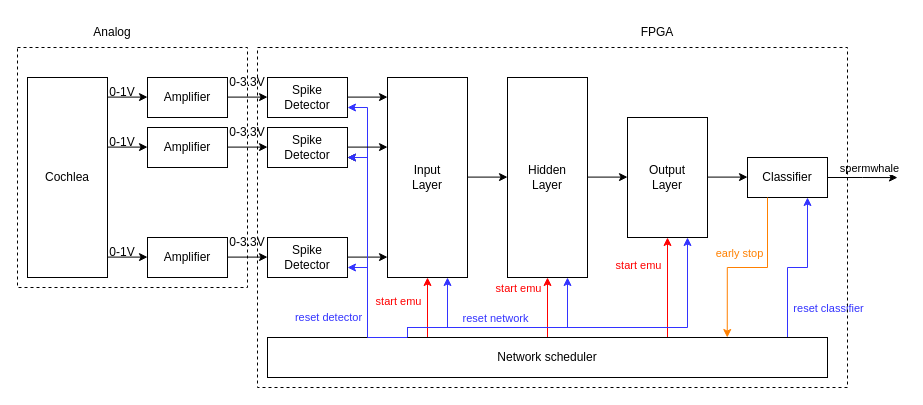
AurelieSa/draw_io keeps this draw.io diagram as ulp_pipeline.drawio. Above is the earlier version. Source tidied: cells renumbered, new cells numbered last; positions are measured from the earlier drawing's top-left corner, leaving out a move shared by most shapes. Both pictures are drawn from the tidied source at 100%, with x=0, y=0 at pixel (17, 17).
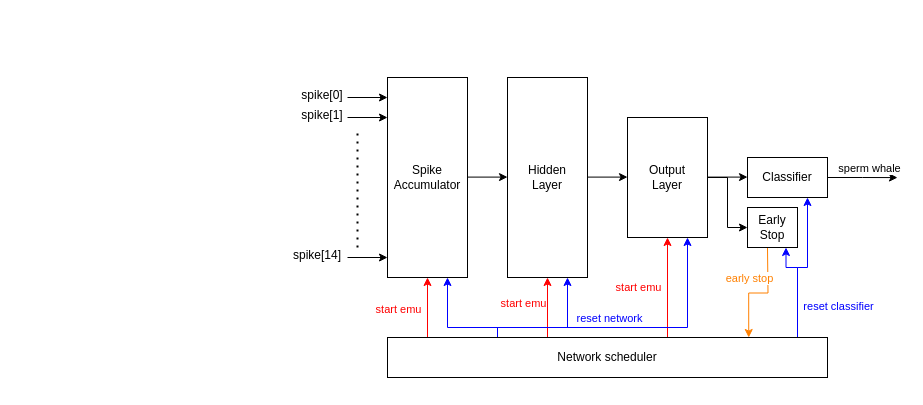
Above is the later version.

Unchanged cells that the change refers to:
```xml
<mxCell id="7" value="&lt;div&gt;Hidden&lt;/div&gt;&lt;div&gt;Layer&lt;/div&gt;" style="rounded=0;whiteSpace=wrap;html=1;" parent="1" vertex="1">
  <mxGeometry x="490" y="60" width="80" height="200" as="geometry" />
</mxCell>
<mxCell id="8" value="&lt;div&gt;Output&lt;/div&gt;&lt;div&gt;Layer&lt;/div&gt;" style="rounded=0;whiteSpace=wrap;html=1;" parent="1" vertex="1">
  <mxGeometry x="610" y="100" width="80" height="120" as="geometry" />
</mxCell>
<mxCell id="9" style="edgeStyle=orthogonalEdgeStyle;rounded=0;jettySize=auto;html=1;exitX=1;exitY=0.5;exitDx=0;exitDy=0;" parent="1" edge="1" source="11">
  <mxGeometry relative="1" as="geometry">
    <mxPoint x="880" y="160.1" as="targetPoint" />
  </mxGeometry>
</mxCell>
<mxCell id="11" value="Classifier" style="rounded=0;whiteSpace=wrap;html=1;" parent="1" vertex="1">
  <mxGeometry x="730" y="140" width="80" height="40" as="geometry" />
</mxCell>
<mxCell id="12" style="edgeStyle=orthogonalEdgeStyle;rounded=0;jettySize=auto;html=1;exitX=0.25;exitY=0;exitDx=0;exitDy=0;entryX=0.5;entryY=1;entryDx=0;entryDy=0;strokeColor=#FF0000;" parent="1" edge="1" source="27" target="6">
  <mxGeometry relative="1" as="geometry">
    <Array as="points">
      <mxPoint x="410" y="320" />
    </Array>
  </mxGeometry>
</mxCell>
<mxCell id="14" style="edgeStyle=orthogonalEdgeStyle;rounded=0;jettySize=auto;html=1;exitX=0.25;exitY=0;exitDx=0;exitDy=0;entryX=0.5;entryY=1;entryDx=0;entryDy=0;strokeColor=#FF0000;" parent="1" edge="1" source="27" target="7">
  <mxGeometry relative="1" as="geometry">
    <Array as="points">
      <mxPoint x="530" y="320" />
    </Array>
  </mxGeometry>
</mxCell>
<mxCell id="16" style="edgeStyle=orthogonalEdgeStyle;rounded=0;jettySize=auto;html=1;exitX=0.75;exitY=0;exitDx=0;exitDy=0;entryX=0.5;entryY=1;entryDx=0;entryDy=0;strokeColor=#FF0000;" parent="1" edge="1" source="27" target="8">
  <mxGeometry relative="1" as="geometry">
    <Array as="points">
      <mxPoint x="650" y="320" />
    </Array>
  </mxGeometry>
</mxCell>
```

Diff of the diagram source:
```diff
@@
-    <mxCell id="2" value="Cochlea" style="rounded=0;whiteSpace=wrap;html=1;" parent="1" vertex="1">
-      <mxGeometry x="10" y="60" width="80" height="200" as="geometry" />
-    </mxCell>
-    <mxCell id="3" value="&lt;div&gt;Spike&lt;/div&gt;&lt;div&gt;Detector&lt;/div&gt;" style="rounded=0;whiteSpace=wrap;html=1;" parent="1" vertex="1">
-      <mxGeometry x="250" y="60" width="80" height="40" as="geometry" />
-    </mxCell>
-    <mxCell id="4" value="&lt;div&gt;Spike&lt;/div&gt;&lt;div&gt;Detector&lt;/div&gt;" style="rounded=0;whiteSpace=wrap;html=1;" parent="1" vertex="1">
-      <mxGeometry x="250" y="110" width="80" height="40" as="geometry" />
-    </mxCell>
-    <mxCell id="5" value="&lt;div&gt;Spike&lt;/div&gt;&lt;div&gt;Detector&lt;/div&gt;" style="rounded=0;whiteSpace=wrap;html=1;" parent="1" vertex="1">
-      <mxGeometry x="250" y="220" width="80" height="40" as="geometry" />
-    </mxCell>
+    <mxCell id="57" style="edgeStyle=orthogonalEdgeStyle;rounded=0;orthogonalLoop=1;jettySize=auto;html=1;exitX=0.75;exitY=1;exitDx=0;exitDy=0;entryX=0.929;entryY=0.047;entryDx=0;entryDy=0;entryPerimeter=0;startArrow=classic;startFill=1;endArrow=none;endFill=0;strokeColor=#0000FF;" parent="1" edge="1">
+      <mxGeometry relative="1" as="geometry">
+        <mxPoint x="768.5" y="230" as="sourcePoint" />
+        <mxPoint x="779.8" y="321.9" as="targetPoint" />
+        <Array as="points">
+          <mxPoint x="769" y="250" />
+          <mxPoint x="780" y="250" />
+          <mxPoint x="780" y="320" />
+        </Array>
+      </mxGeometry>
+    </mxCell>
-    <mxCell id="6" value="&lt;div&gt;Input&lt;/div&gt;&lt;div&gt;Layer&lt;/div&gt;" style="rounded=0;whiteSpace=wrap;html=1;" parent="1" vertex="1">
+    <mxCell id="6" value="&lt;div&gt;Spike&lt;/div&gt;&lt;div&gt;Accumulator&lt;/div&gt;" style="rounded=0;whiteSpace=wrap;html=1;" parent="1" vertex="1">
       <mxGeometry x="370" y="60" width="80" height="200" as="geometry" />
     </mxCell>
@@
+    <mxCell id="58" style="edgeStyle=orthogonalEdgeStyle;rounded=0;jettySize=auto;html=1;exitX=1;exitY=0.5;exitDx=0;exitDy=0;entryX=0;entryY=0.5;entryDx=0;entryDy=0;" parent="1" edge="1" source="8" target="59">
+      <mxGeometry relative="1" as="geometry" />
+    </mxCell>
@@
-    <mxCell id="10" value="spermwhale" style="edgeLabel;html=1;align=center;verticalAlign=middle;" parent="9" vertex="1">
+    <mxCell id="10" value="sperm whale" style="edgeLabel;html=1;align=center;verticalAlign=middle;" parent="9" vertex="1">
       <mxGeometry x="-0.22" y="-1" relative="1" as="geometry">
         <mxPoint x="13" y="-11" as="offset" />
       </mxGeometry>
     </mxCell>
@@
     <mxCell id="13" value="&lt;span style=&quot;color: rgb(255, 0, 0);&quot;&gt;start emu&lt;/span&gt;" style="edgeLabel;html=1;align=center;verticalAlign=middle;" parent="12" vertex="1">
       <mxGeometry x="-0.34" y="1" relative="1" as="geometry">
-        <mxPoint x="-29" y="-30" as="offset" />
+        <mxPoint x="-57" y="-30" as="offset" />
       </mxGeometry>
     </mxCell>
@@
     <mxCell id="15" value="&lt;span style=&quot;color: rgb(255, 0, 0);&quot;&gt;start emu&lt;/span&gt;" style="edgeLabel;html=1;align=center;verticalAlign=middle;" parent="14" vertex="1">
       <mxGeometry x="0.27" y="2" relative="1" as="geometry">
-        <mxPoint x="-17" y="-48" as="offset" />
+        <mxPoint x="-23" y="-15" as="offset" />
       </mxGeometry>
     </mxCell>
@@
     <mxCell id="17" value="&lt;span style=&quot;color: rgb(255, 0, 0);&quot;&gt;start emu&lt;/span&gt;" style="edgeLabel;html=1;align=center;verticalAlign=middle;" parent="16" vertex="1">
       <mxGeometry x="0.26" y="1" relative="1" as="geometry">
-        <mxPoint x="-29" y="-17" as="offset" />
+        <mxPoint x="-29" y="-6" as="offset" />
       </mxGeometry>
     </mxCell>
-    <mxCell id="18" style="edgeStyle=orthogonalEdgeStyle;rounded=0;jettySize=auto;html=1;exitX=0.25;exitY=0;exitDx=0;exitDy=0;entryX=0.75;entryY=1;entryDx=0;entryDy=0;strokeColor=#3333FF;" parent="1" edge="1" source="27" target="6">
+    <mxCell id="18" style="edgeStyle=orthogonalEdgeStyle;rounded=0;jettySize=auto;html=1;exitX=0.25;exitY=0;exitDx=0;exitDy=0;entryX=0.75;entryY=1;entryDx=0;entryDy=0;strokeColor=#0000FF;" parent="1" edge="1" source="27" target="6">
       <mxGeometry relative="1" as="geometry">
         <Array as="points">
-          <mxPoint x="390" y="310" />
+          <mxPoint x="480" y="310" />
           <mxPoint x="430" y="310" />
         </Array>
       </mxGeometry>
     </mxCell>
-    <mxCell id="19" style="edgeStyle=orthogonalEdgeStyle;rounded=0;jettySize=auto;html=1;exitX=0.25;exitY=0;exitDx=0;exitDy=0;entryX=0.75;entryY=1;entryDx=0;entryDy=0;strokeColor=#3333FF;" parent="1" edge="1" source="27" target="7">
+    <mxCell id="19" style="edgeStyle=orthogonalEdgeStyle;rounded=0;jettySize=auto;html=1;exitX=0.25;exitY=0;exitDx=0;exitDy=0;entryX=0.75;entryY=1;entryDx=0;entryDy=0;strokeColor=#0000FF;" parent="1" edge="1" source="27" target="7">
       <mxGeometry relative="1" as="geometry">
         <Array as="points">
-          <mxPoint x="390" y="310" />
+          <mxPoint x="480" y="310" />
           <mxPoint x="550" y="310" />
         </Array>
       </mxGeometry>
     </mxCell>
-    <mxCell id="20" value="&lt;span style=&quot;color: rgb(51, 51, 255);&quot;&gt;reset network&lt;/span&gt;" style="edgeLabel;html=1;align=center;verticalAlign=middle;" parent="19" vertex="1">
+    <mxCell id="20" value="&lt;span style=&quot;&quot;&gt;reset network&lt;/span&gt;" style="edgeLabel;html=1;align=center;verticalAlign=middle;fontColor=#0000FF;" parent="19" vertex="1">
       <mxGeometry x="-0.33" y="1" relative="1" as="geometry">
-        <mxPoint x="23" y="-9" as="offset" />
+        <mxPoint x="77" y="-9" as="offset" />
       </mxGeometry>
     </mxCell>
-    <mxCell id="21" style="edgeStyle=orthogonalEdgeStyle;rounded=0;jettySize=auto;html=1;exitX=0.25;exitY=0;exitDx=0;exitDy=0;entryX=1;entryY=0.75;entryDx=0;entryDy=0;strokeColor=#3333FF;" parent="1" edge="1" source="27" target="5">
-      <mxGeometry relative="1" as="geometry">
-        <Array as="points">
-          <mxPoint x="350" y="320" />
-          <mxPoint x="350" y="250" />
-        </Array>
-      </mxGeometry>
-    </mxCell>
-    <mxCell id="22" style="edgeStyle=orthogonalEdgeStyle;rounded=0;jettySize=auto;html=1;exitX=0.25;exitY=0;exitDx=0;exitDy=0;entryX=1;entryY=0.75;entryDx=0;entryDy=0;" parent="1" edge="1" source="27" target="4">
-      <mxGeometry relative="1" as="geometry">
-        <Array as="points">
-          <mxPoint x="350" y="320" />
-          <mxPoint x="350" y="140" />
-        </Array>
-      </mxGeometry>
-    </mxCell>
-    <mxCell id="23" style="edgeStyle=orthogonalEdgeStyle;rounded=0;jettySize=auto;html=1;exitX=0.25;exitY=0;exitDx=0;exitDy=0;entryX=1;entryY=0.75;entryDx=0;entryDy=0;strokeColor=#3333FF;" parent="1" edge="1" source="27" target="3">
-      <mxGeometry relative="1" as="geometry">
-        <Array as="points">
-          <mxPoint x="350" y="320" />
-          <mxPoint x="350" y="90" />
-        </Array>
-      </mxGeometry>
-    </mxCell>
-    <mxCell id="24" style="edgeStyle=orthogonalEdgeStyle;rounded=0;jettySize=auto;html=1;exitX=0.25;exitY=0;exitDx=0;exitDy=0;entryX=0.75;entryY=1;entryDx=0;entryDy=0;strokeColor=#3333FF;" parent="1" edge="1" source="27" target="8">
+    <mxCell id="24" style="edgeStyle=orthogonalEdgeStyle;rounded=0;jettySize=auto;html=1;exitX=0.25;exitY=0;exitDx=0;exitDy=0;entryX=0.75;entryY=1;entryDx=0;entryDy=0;strokeColor=#0000FF;" parent="1" edge="1" source="27" target="8">
       <mxGeometry relative="1" as="geometry">
         <Array as="points">
-          <mxPoint x="390" y="310" />
+          <mxPoint x="480" y="310" />
           <mxPoint x="670" y="310" />
         </Array>
       </mxGeometry>
     </mxCell>
-    <mxCell id="25" style="edgeStyle=orthogonalEdgeStyle;rounded=0;jettySize=auto;html=1;exitX=0.75;exitY=0;exitDx=0;exitDy=0;entryX=0.75;entryY=1;entryDx=0;entryDy=0;strokeColor=#3333FF;" parent="1" edge="1" source="27" target="11">
+    <mxCell id="25" style="edgeStyle=orthogonalEdgeStyle;rounded=0;jettySize=auto;html=1;exitX=0.75;exitY=0;exitDx=0;exitDy=0;entryX=0.75;entryY=1;entryDx=0;entryDy=0;strokeColor=#0000FF;" parent="1" edge="1" source="27" target="11">
       <mxGeometry relative="1" as="geometry">
         <Array as="points">
-          <mxPoint x="770" y="320" />
-          <mxPoint x="770" y="250" />
+          <mxPoint x="780" y="320" />
+          <mxPoint x="780" y="250" />
           <mxPoint x="790" y="250" />
         </Array>
       </mxGeometry>
     </mxCell>
-    <mxCell id="26" value="&lt;span style=&quot;color: rgb(51, 51, 255);&quot;&gt;reset classifier&lt;/span&gt;" style="edgeLabel;html=1;align=center;verticalAlign=middle;" parent="25" vertex="1">
+    <mxCell id="26" value="&lt;span style=&quot;&quot;&gt;reset classifier&lt;/span&gt;" style="edgeLabel;html=1;align=center;verticalAlign=middle;fontColor=#0000FF;" parent="25" vertex="1">
       <mxGeometry x="0.19" y="1" relative="1" as="geometry">
         <mxPoint x="41" y="25" as="offset" />
       </mxGeometry>
     </mxCell>
     <mxCell id="27" value="Network scheduler" style="rounded=0;whiteSpace=wrap;html=1;" parent="1" vertex="1">
-      <mxGeometry x="250" y="320" width="560" height="40" as="geometry" />
+      <mxGeometry x="370" y="320" width="440" height="40" as="geometry" />
     </mxCell>
-    <mxCell id="28" style="endArrow=classic;html=1;rounded=0;" parent="1" edge="1">
-      <mxGeometry relative="1" as="geometry">
-        <mxPoint x="210" y="79.6" as="sourcePoint" />
-        <mxPoint x="250" y="79.6" as="targetPoint" />
-      </mxGeometry>
-    </mxCell>
-    <mxCell id="29" style="endArrow=classic;html=1;rounded=0;" parent="1" edge="1">
-      <mxGeometry relative="1" as="geometry">
-        <mxPoint x="210" y="129.6" as="sourcePoint" />
-        <mxPoint x="250" y="129.6" as="targetPoint" />
-      </mxGeometry>
-    </mxCell>
-    <mxCell id="30" style="endArrow=classic;html=1;rounded=0;" parent="1" edge="1">
-      <mxGeometry relative="1" as="geometry">
-        <mxPoint x="210" y="239.6" as="sourcePoint" />
-        <mxPoint x="250" y="239.6" as="targetPoint" />
-      </mxGeometry>
-    </mxCell>
-    <mxCell id="31" style="endArrow=classic;html=1;rounded=0;" parent="1" edge="1">
-      <mxGeometry relative="1" as="geometry">
-        <mxPoint x="330" y="79.6" as="sourcePoint" />
-        <mxPoint x="370" y="79.6" as="targetPoint" />
-      </mxGeometry>
-    </mxCell>
-    <mxCell id="32" style="endArrow=classic;html=1;rounded=0;" parent="1" edge="1">
-      <mxGeometry relative="1" as="geometry">
-        <mxPoint x="330" y="129.6" as="sourcePoint" />
-        <mxPoint x="370" y="129.6" as="targetPoint" />
-      </mxGeometry>
-    </mxCell>
-    <mxCell id="33" style="endArrow=classic;html=1;rounded=0;" parent="1" edge="1">
-      <mxGeometry relative="1" as="geometry">
-        <mxPoint x="330" y="239.6" as="sourcePoint" />
-        <mxPoint x="370" y="239.6" as="targetPoint" />
-      </mxGeometry>
-    </mxCell>
@@
-    <mxCell id="37" value="Amplifier" style="rounded=0;whiteSpace=wrap;html=1;" parent="1" vertex="1">
-      <mxGeometry x="130" y="60" width="80" height="40" as="geometry" />
-    </mxCell>
-    <mxCell id="38" value="Amplifier" style="rounded=0;whiteSpace=wrap;html=1;" parent="1" vertex="1">
-      <mxGeometry x="130" y="110" width="80" height="40" as="geometry" />
-    </mxCell>
-    <mxCell id="39" value="Amplifier" style="rounded=0;whiteSpace=wrap;html=1;" parent="1" vertex="1">
-      <mxGeometry x="130" y="220" width="80" height="40" as="geometry" />
-    </mxCell>
-    <mxCell id="40" style="endArrow=classic;html=1;rounded=0;" parent="1" edge="1">
-      <mxGeometry relative="1" as="geometry">
-        <mxPoint x="90" y="239.6" as="sourcePoint" />
-        <mxPoint x="130" y="239.6" as="targetPoint" />
-      </mxGeometry>
-    </mxCell>
-    <mxCell id="41" style="endArrow=classic;html=1;rounded=0;" parent="1" edge="1">
-      <mxGeometry relative="1" as="geometry">
-        <mxPoint x="90" y="129.6" as="sourcePoint" />
-        <mxPoint x="130" y="129.6" as="targetPoint" />
-      </mxGeometry>
-    </mxCell>
-    <mxCell id="42" style="endArrow=classic;html=1;rounded=0;" parent="1" edge="1">
-      <mxGeometry relative="1" as="geometry">
-        <mxPoint x="90" y="79.6" as="sourcePoint" />
-        <mxPoint x="130" y="79.6" as="targetPoint" />
-      </mxGeometry>
-    </mxCell>
-    <mxCell id="43" value="0-1V" style="text;html=1;align=center;verticalAlign=middle;whiteSpace=wrap;rounded=0;" parent="1" vertex="1">
-      <mxGeometry x="90" y="70" width="30" height="10" as="geometry" />
-    </mxCell>
-    <mxCell id="44" value="0-1V" style="text;html=1;align=center;verticalAlign=middle;whiteSpace=wrap;rounded=0;" parent="1" vertex="1">
-      <mxGeometry x="90" y="120" width="30" height="10" as="geometry" />
-    </mxCell>
-    <mxCell id="45" value="0-1V" style="text;html=1;align=center;verticalAlign=middle;whiteSpace=wrap;rounded=0;" parent="1" vertex="1">
-      <mxGeometry x="90" y="230" width="30" height="10" as="geometry" />
-    </mxCell>
-    <mxCell id="46" value="0-3.3V" style="text;html=1;align=center;verticalAlign=middle;whiteSpace=wrap;rounded=0;" parent="1" vertex="1">
-      <mxGeometry x="210" y="60" width="40" height="10" as="geometry" />
-    </mxCell>
-    <mxCell id="47" value="0-3.3V" style="text;html=1;align=center;verticalAlign=middle;whiteSpace=wrap;rounded=0;" parent="1" vertex="1">
-      <mxGeometry x="210" y="110" width="40" height="10" as="geometry" />
-    </mxCell>
-    <mxCell id="48" value="0-3.3V" style="text;html=1;align=center;verticalAlign=middle;whiteSpace=wrap;rounded=0;" parent="1" vertex="1">
-      <mxGeometry x="210" y="220" width="40" height="10" as="geometry" />
-    </mxCell>
-    <mxCell id="49" style="rounded=0;whiteSpace=wrap;html=1;fillColor=none;strokeColor=default;dashed=1;" parent="1" vertex="1">
-      <mxGeometry y="30" width="230" height="240" as="geometry" />
-    </mxCell>
-    <mxCell id="50" style="rounded=0;whiteSpace=wrap;html=1;fillColor=none;strokeColor=default;dashed=1;" parent="1" vertex="1">
-      <mxGeometry x="240" y="30" width="590" height="340" as="geometry" />
-    </mxCell>
-    <mxCell id="51" value="Analog" style="text;html=1;align=center;verticalAlign=middle;whiteSpace=wrap;rounded=0;" parent="1" vertex="1">
-      <mxGeometry x="65" width="60" height="30" as="geometry" />
-    </mxCell>
-    <mxCell id="52" value="FPGA" style="text;html=1;align=center;verticalAlign=middle;whiteSpace=wrap;rounded=0;" parent="1" vertex="1">
-      <mxGeometry x="610" width="60" height="30" as="geometry" />
-    </mxCell>
-    <mxCell id="53" style="edgeStyle=orthogonalEdgeStyle;rounded=0;jettySize=auto;html=1;exitX=0.25;exitY=0;exitDx=0;exitDy=0;entryX=1;entryY=0.75;entryDx=0;entryDy=0;strokeColor=#3333FF;" parent="1" edge="1" source="27" target="4">
-      <mxGeometry relative="1" as="geometry">
-        <Array as="points">
-          <mxPoint x="350" y="320" />
-          <mxPoint x="350" y="140" />
-        </Array>
-      </mxGeometry>
-    </mxCell>
-    <mxCell id="54" value="&lt;span style=&quot;color: rgb(51, 51, 255);&quot;&gt;reset detector&lt;/span&gt;" style="edgeLabel;html=1;align=center;verticalAlign=middle;" parent="53" vertex="1">
-      <mxGeometry x="-0.49" y="-1" relative="1" as="geometry">
-        <mxPoint x="-41" as="offset" />
-      </mxGeometry>
-    </mxCell>
-    <mxCell id="55" style="edgeStyle=orthogonalEdgeStyle;rounded=0;jettySize=auto;html=1;exitX=0.25;exitY=1;exitDx=0;exitDy=0;entryX=0.821;entryY=0;entryDx=0;entryDy=0;entryPerimeter=0;strokeColor=#FF8000;" parent="1" edge="1" source="11" target="27">
-      <mxGeometry relative="1" as="geometry" />
+    <mxCell id="55" style="edgeStyle=orthogonalEdgeStyle;rounded=0;jettySize=auto;html=1;entryX=0.821;entryY=0;entryDx=0;entryDy=0;entryPerimeter=0;strokeColor=#FF8000;" parent="1" edge="1" target="27">
+      <mxGeometry relative="1" as="geometry">
+        <mxPoint x="750" y="230" as="sourcePoint" />
+      </mxGeometry>
     </mxCell>
@@
+    <mxCell id="59" value="Early Stop" style="rounded=0;whiteSpace=wrap;html=1;" parent="1" vertex="1">
+      <mxGeometry x="730" y="190" width="50" height="40" as="geometry" />
+    </mxCell>
+    <mxCell id="60" style="endArrow=classic;html=1;rounded=0;" parent="1" edge="1">
+      <mxGeometry relative="1" as="geometry">
+        <mxPoint x="330" y="80" as="sourcePoint" />
+        <mxPoint x="370" y="80" as="targetPoint" />
+      </mxGeometry>
+    </mxCell>
+    <mxCell id="61" value="spike[0]" style="text;html=1;align=center;verticalAlign=middle;whiteSpace=wrap;rounded=0;" parent="1" vertex="1">
+      <mxGeometry x="285" y="70" width="40" height="15" as="geometry" />
+    </mxCell>
+    <mxCell id="62" style="endArrow=classic;html=1;rounded=0;" parent="1" edge="1">
+      <mxGeometry relative="1" as="geometry">
+        <mxPoint x="330" y="100" as="sourcePoint" />
+        <mxPoint x="370" y="100" as="targetPoint" />
+      </mxGeometry>
+    </mxCell>
+    <mxCell id="63" value="spike[1]" style="text;html=1;align=center;verticalAlign=middle;whiteSpace=wrap;rounded=0;" parent="1" vertex="1">
+      <mxGeometry x="285" y="90" width="40" height="15" as="geometry" />
+    </mxCell>
+    <mxCell id="64" style="endArrow=classic;html=1;rounded=0;" parent="1" edge="1">
+      <mxGeometry relative="1" as="geometry">
+        <mxPoint x="330" y="240" as="sourcePoint" />
+        <mxPoint x="370" y="240" as="targetPoint" />
+      </mxGeometry>
+    </mxCell>
+    <mxCell id="65" value="spike[14]" style="text;html=1;align=center;verticalAlign=middle;whiteSpace=wrap;rounded=0;" parent="1" vertex="1">
+      <mxGeometry x="280" y="230" width="40" height="15" as="geometry" />
+    </mxCell>
+    <mxCell id="66" style="endArrow=none;dashed=1;html=1;dashPattern=1 3;strokeWidth=2;rounded=0;" parent="1" edge="1">
+      <mxGeometry relative="1" as="geometry">
+        <mxPoint x="340" y="230" as="sourcePoint" />
+        <mxPoint x="340" y="110" as="targetPoint" />
+      </mxGeometry>
+    </mxCell>
```
